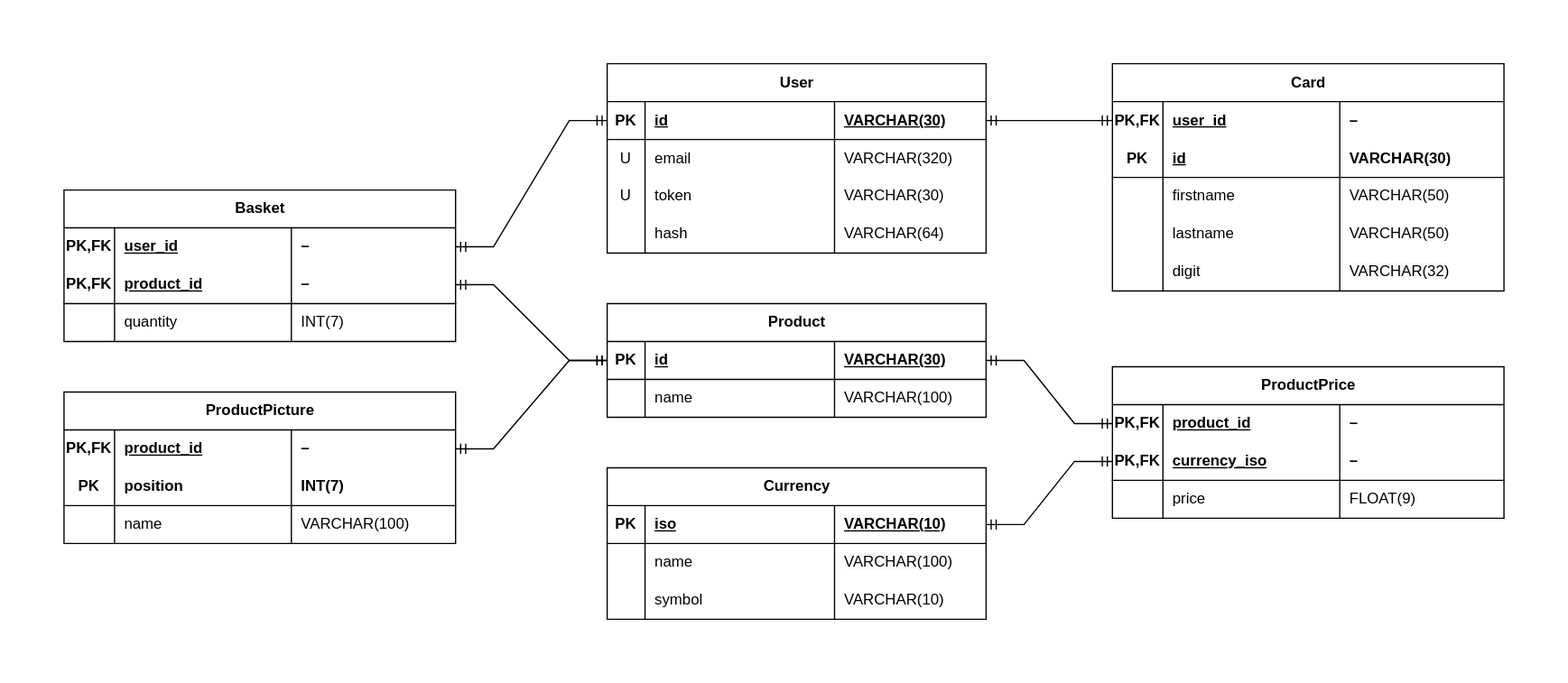
israel-meiresonne/e-shop-1-backend keeps this draw.io diagram as docs/resources/erd-database.drawio.svg. Above is the earlier version. Source tidied: cells renumbered, new cells last; positions are measured from the earlier drawing's top-left corner, leaving out a move shared by most shapes.
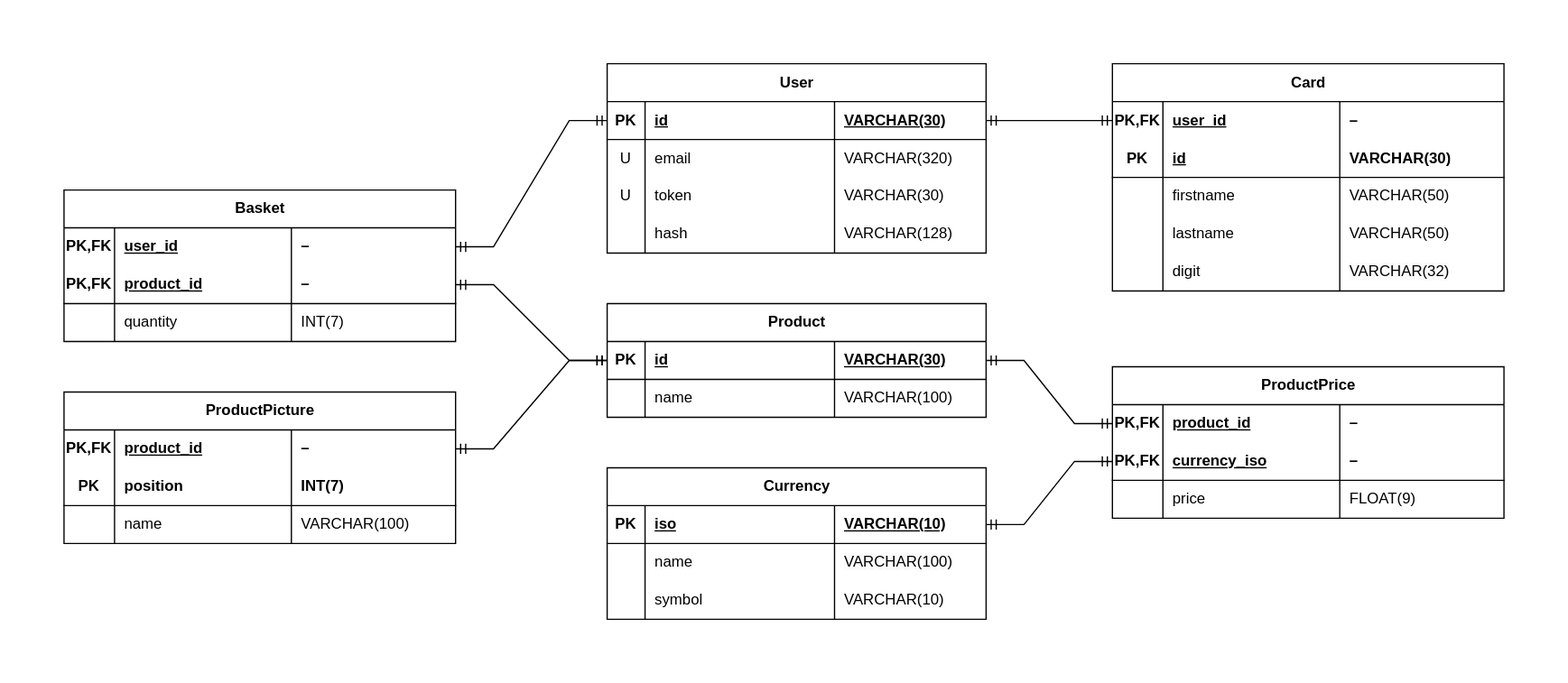
The same diagram one commit later.

Commit message:
doc: in ERD, change size of `User.hash` from 64 to 128

What changed in the source:
```diff
@@ -50,7 +50,7 @@
     <mxCell id="17" value="hash" style="shape=partialRectangle;fillColor=none;top=0;left=0;bottom=0;right=0;align=left;spacingLeft=6;overflow=hidden;whiteSpace=wrap;html=1;" parent="15" vertex="1">
       <mxGeometry x="30" width="150" height="30" as="geometry" />
     </mxCell>
-    <mxCell id="18" value="VARCHAR(64)" style="shape=partialRectangle;fillColor=none;top=0;left=0;bottom=0;right=0;align=left;spacingLeft=6;overflow=hidden;whiteSpace=wrap;html=1;" parent="15" vertex="1">
+    <mxCell id="18" value="VARCHAR(128)" style="shape=partialRectangle;fillColor=none;top=0;left=0;bottom=0;right=0;align=left;spacingLeft=6;overflow=hidden;whiteSpace=wrap;html=1;" parent="15" vertex="1">
       <mxGeometry x="180" width="120" height="30" as="geometry" />
     </mxCell>
     <mxCell id="19" value="Product" style="shape=table;startSize=30;rowLines=0;fontStyle=1;align=center;html=1;" parent="1" vertex="1">
```
